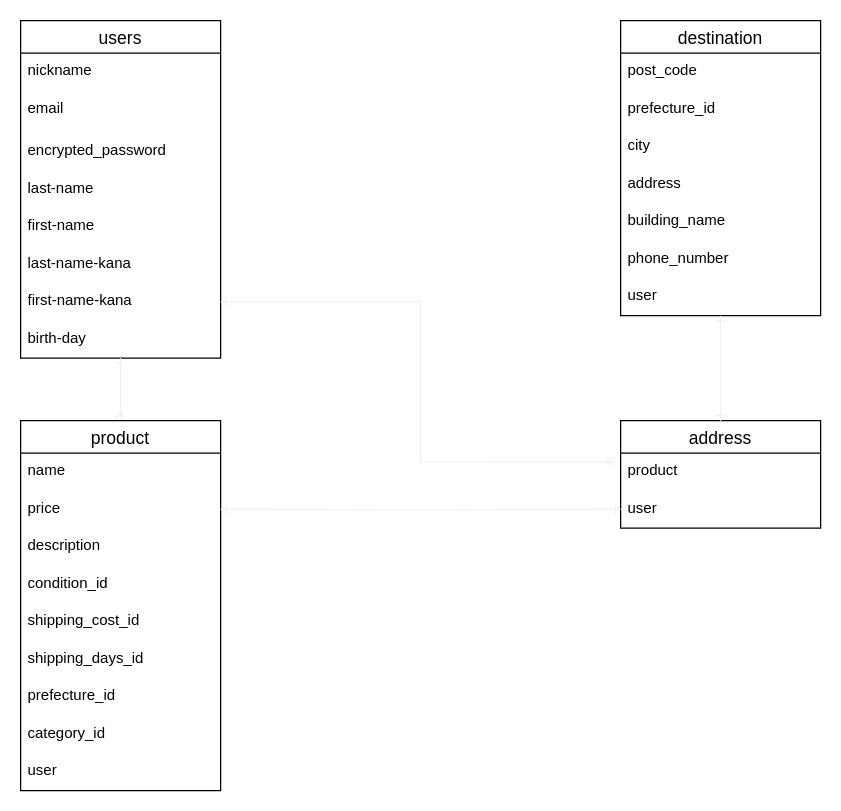
Above: page "ページ2" (1 of 2) of furima.dio in nu-n/furima-36989 (draw.io), before the change. Source tidied: cells renumbered, new cells numbered last; positions are measured from the earlier drawing's top-left corner, leaving out a move shared by most shapes. Both pictures are drawn from the tidied source at 125%, with x=0, y=0 at pixel (20, 20).
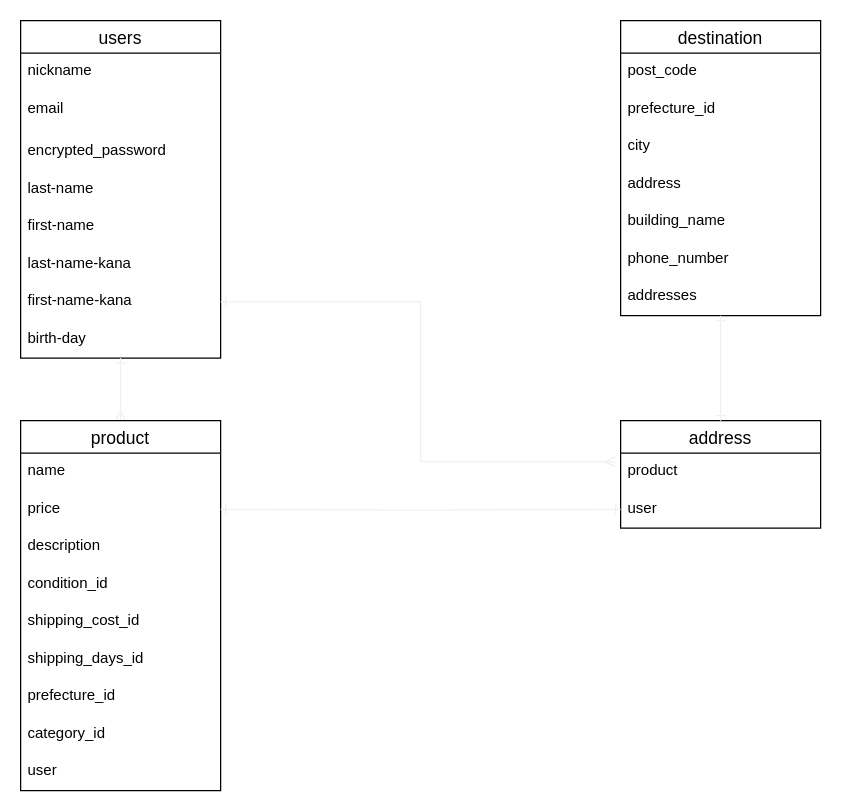
After the change.

The change refers to these unchanged cells:
```xml
<mxCell id="11" value="destination" style="swimlane;fontStyle=0;horizontal=1;startSize=26;align=center;fontSize=14;" parent="1" vertex="1">
  <mxGeometry x="480" width="160" height="236" as="geometry" />
</mxCell>
```

What changed in the source:
```diff
@@
-    <mxCell id="18" value="user" style="text;strokeColor=none;fillColor=none;spacingLeft=4;spacingRight=4;overflow=hidden;fontSize=12;" parent="11" vertex="1">
+    <mxCell id="18" value="addresses" style="text;strokeColor=none;fillColor=none;spacingLeft=4;spacingRight=4;overflow=hidden;fontSize=12;" parent="11" vertex="1">
       <mxGeometry y="206" width="160" height="30" as="geometry" />
     </mxCell>
```
